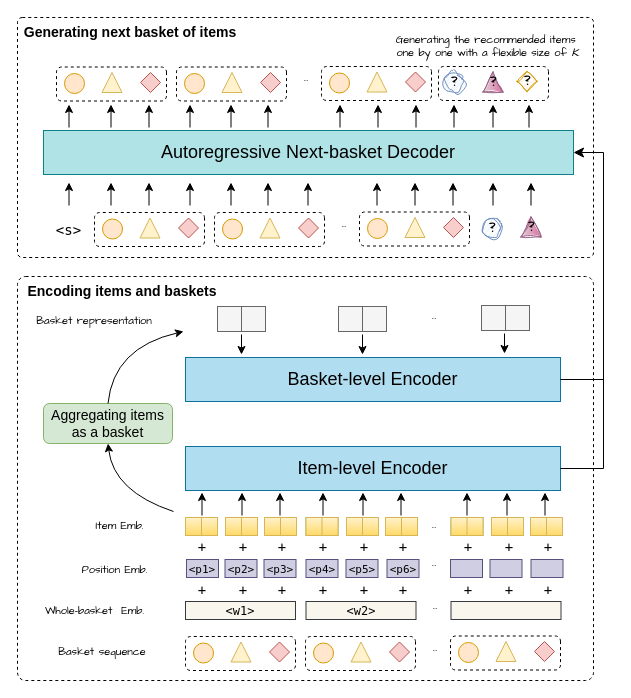
Earlier version of the draw.io diagram architect.drawio (wenqisun/data). Source tidied: cells renumbered, new cells numbered last; positions are measured from the earlier drawing's top-left corner, leaving out a move shared by most shapes. Both pictures are drawn from the tidied source at 100%, with x=0, y=0 at pixel (17, 17).
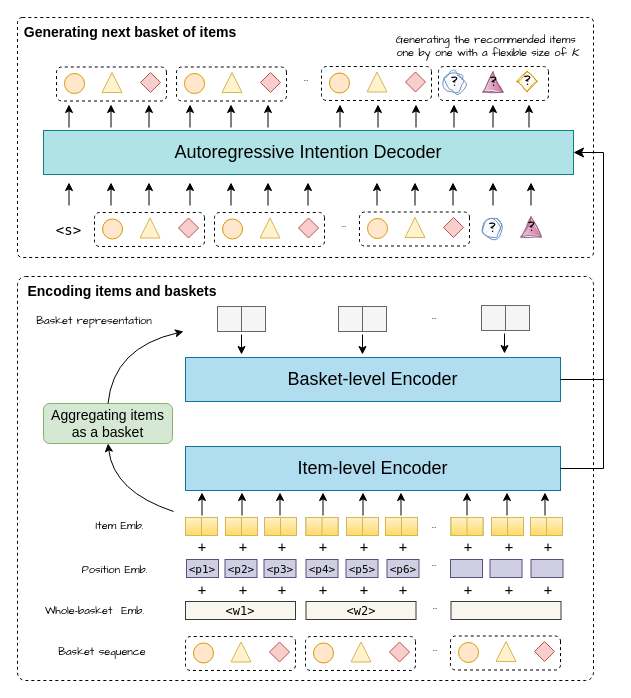
The same diagram, later.

Diff of the diagram source:
```diff
@@
-    <mxCell id="109" value="&lt;font style=&quot;font-size: 18px;&quot;&gt;Autoregressive Next-basket Decoder&lt;/font&gt;" style="rounded=0;whiteSpace=wrap;html=1;fillColor=#b0e3e6;strokeColor=#0e8088;" parent="1" vertex="1">
+    <mxCell id="109" value="&lt;font style=&quot;font-size: 18px;&quot;&gt;Autoregressive Intention Decoder&lt;/font&gt;" style="rounded=0;whiteSpace=wrap;html=1;fillColor=#b0e3e6;strokeColor=#0e8088;" parent="1" vertex="1">
       <mxGeometry x="26" y="113" width="530" height="44" as="geometry" />
     </mxCell>
```
